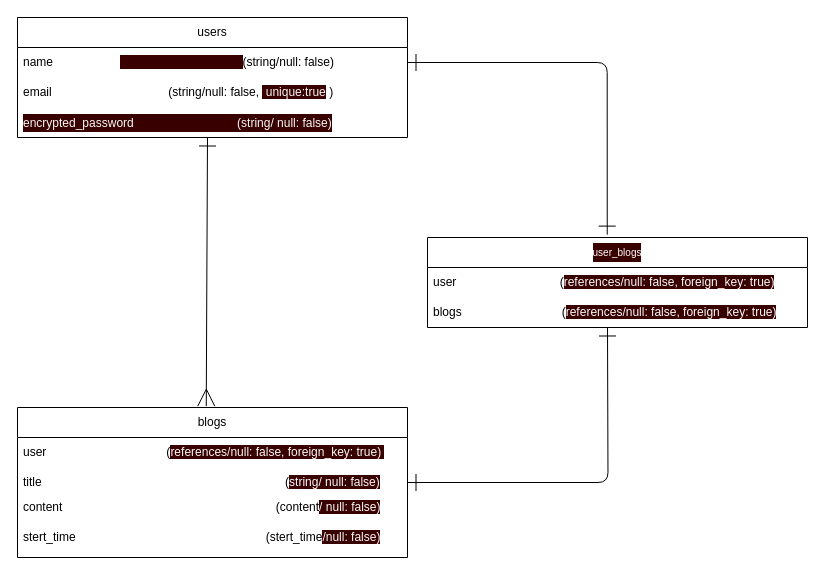
Before: page "ページ1" (1 of 2) of app/controllers/todo.dio in bennzou/todo, a draw.io diagram. Source tidied: cells renumbered, new cells numbered last; positions are measured from the earlier drawing's top-left corner, leaving out a move shared by most shapes. Both pictures are drawn from the tidied source at 100%, with x=0, y=0 at pixel (17, 17).
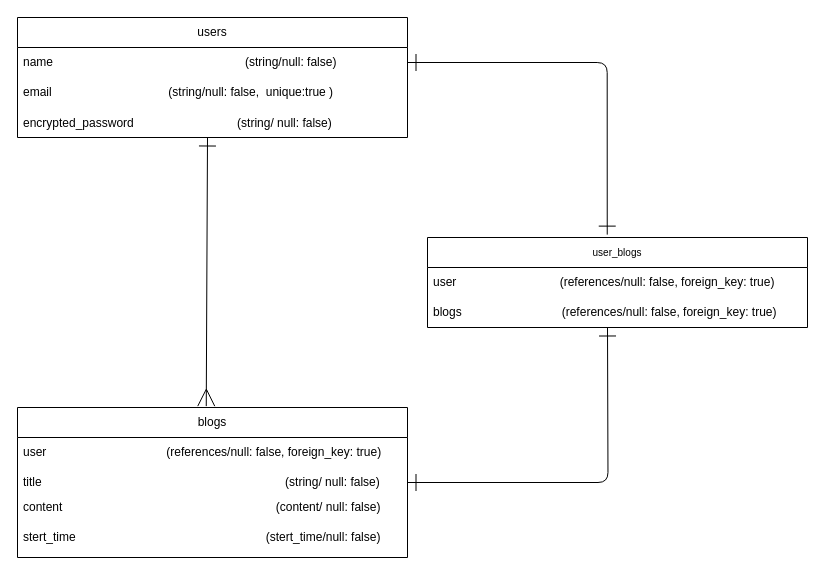
The same page after the edit.

Commit message (it also covers changes not shown here):
ER図　際修正

What changed in the source:
```diff
@@
-<mxGraphModel>
+<mxGraphModel background="#ffffff">
   <root>
     <mxCell id="0" />
     <mxCell id="1" parent="0" />
-    <mxCell id="2" value="&lt;div style=&quot;background-color: rgb(57, 0, 0); line-height: 18px;&quot;&gt;&lt;font style=&quot;font-size: 10px;&quot; color=&quot;#ffffff&quot;&gt;user_blogs&lt;/font&gt;&lt;/div&gt;" style="swimlane;fontStyle=0;horizontal=1;startSize=30;whiteSpace=wrap;html=1;" parent="1" vertex="1">
+    <mxCell id="2" value="&lt;div style=&quot;line-height: 18px;&quot;&gt;&lt;font style=&quot;font-size: 10px;&quot;&gt;user_blogs&lt;/font&gt;&lt;/div&gt;" style="swimlane;fontStyle=0;horizontal=1;startSize=30;whiteSpace=wrap;html=1;labelBackgroundColor=none;fontColor=#000000;" parent="1" vertex="1">
       <mxGeometry x="410" y="220" width="380" height="90" as="geometry" />
     </mxCell>
-    <mxCell id="3" value="user&amp;nbsp; &amp;nbsp; &amp;nbsp; &amp;nbsp; &amp;nbsp; &amp;nbsp; &amp;nbsp; &amp;nbsp; &amp;nbsp; &amp;nbsp; &amp;nbsp; &amp;nbsp; &amp;nbsp; &amp;nbsp; &amp;nbsp; &amp;nbsp;(&lt;span style=&quot;background-color: rgb(57, 0, 0); color: rgb(248, 248, 248);&quot;&gt;references/null: false, foreign_key: true)&lt;/span&gt;" style="text;strokeColor=none;fillColor=none;align=left;verticalAlign=middle;spacingLeft=4;spacingRight=4;overflow=hidden;whiteSpace=wrap;html=1;" parent="2" vertex="1">
+    <mxCell id="3" value="user&amp;nbsp; &amp;nbsp; &amp;nbsp; &amp;nbsp; &amp;nbsp; &amp;nbsp; &amp;nbsp; &amp;nbsp; &amp;nbsp; &amp;nbsp; &amp;nbsp; &amp;nbsp; &amp;nbsp; &amp;nbsp; &amp;nbsp; &amp;nbsp;(references/null: false, foreign_key: true)" style="text;strokeColor=none;fillColor=none;align=left;verticalAlign=middle;spacingLeft=4;spacingRight=4;overflow=hidden;whiteSpace=wrap;html=1;labelBackgroundColor=none;fontColor=#000000;" parent="2" vertex="1">
       <mxGeometry y="30" width="380" height="30" as="geometry" />
     </mxCell>
-    <mxCell id="4" value="blogs&amp;nbsp; &amp;nbsp; &amp;nbsp; &amp;nbsp; &amp;nbsp; &amp;nbsp; &amp;nbsp; &amp;nbsp; &amp;nbsp; &amp;nbsp; &amp;nbsp; &amp;nbsp; &amp;nbsp; &amp;nbsp; &amp;nbsp; (&lt;span style=&quot;background-color: rgb(57, 0, 0); color: rgb(248, 248, 248);&quot;&gt;references/null: false, foreign_key: true)&lt;/span&gt;" style="text;strokeColor=none;fillColor=none;align=left;verticalAlign=middle;spacingLeft=4;spacingRight=4;overflow=hidden;whiteSpace=wrap;html=1;" parent="2" vertex="1">
+    <mxCell id="4" value="blogs&amp;nbsp; &amp;nbsp; &amp;nbsp; &amp;nbsp; &amp;nbsp; &amp;nbsp; &amp;nbsp; &amp;nbsp; &amp;nbsp; &amp;nbsp; &amp;nbsp; &amp;nbsp; &amp;nbsp; &amp;nbsp; &amp;nbsp; (references/null: false, foreign_key: true)" style="text;strokeColor=none;fillColor=none;align=left;verticalAlign=middle;spacingLeft=4;spacingRight=4;overflow=hidden;whiteSpace=wrap;html=1;labelBackgroundColor=none;fontColor=#000000;" parent="2" vertex="1">
       <mxGeometry y="60" width="380" height="30" as="geometry" />
     </mxCell>
-    <mxCell id="5" value="blogs" style="swimlane;fontStyle=0;horizontal=1;startSize=30;whiteSpace=wrap;html=1;" parent="1" vertex="1">
+    <mxCell id="5" value="blogs" style="swimlane;fontStyle=0;horizontal=1;startSize=30;whiteSpace=wrap;html=1;fontColor=#000000;labelBackgroundColor=none;" parent="1" vertex="1">
       <mxGeometry y="390" width="390" height="150" as="geometry" />
     </mxCell>
-    <mxCell id="6" value="user&amp;nbsp; &amp;nbsp; &amp;nbsp; &amp;nbsp; &amp;nbsp; &amp;nbsp; &amp;nbsp; &amp;nbsp; &amp;nbsp; &amp;nbsp; &amp;nbsp; &amp;nbsp; &amp;nbsp; &amp;nbsp; &amp;nbsp; &amp;nbsp; &amp;nbsp; &amp;nbsp; (&lt;span style=&quot;background-color: rgb(57, 0, 0); color: rgb(248, 248, 248);&quot;&gt;references/null: false, foreign_key: true)&amp;nbsp;&lt;/span&gt;&lt;span style=&quot;background-color: initial;&quot;&gt;&amp;nbsp;&lt;/span&gt;" style="text;strokeColor=none;fillColor=none;align=left;verticalAlign=middle;spacingLeft=4;spacingRight=4;overflow=hidden;whiteSpace=wrap;html=1;" parent="5" vertex="1">
+    <mxCell id="6" value="user&amp;nbsp; &amp;nbsp; &amp;nbsp; &amp;nbsp; &amp;nbsp; &amp;nbsp; &amp;nbsp; &amp;nbsp; &amp;nbsp; &amp;nbsp; &amp;nbsp; &amp;nbsp; &amp;nbsp; &amp;nbsp; &amp;nbsp; &amp;nbsp; &amp;nbsp; &amp;nbsp; (references/null: false, foreign_key: true)&amp;nbsp;&amp;nbsp;" style="text;strokeColor=none;fillColor=none;align=left;verticalAlign=middle;spacingLeft=4;spacingRight=4;overflow=hidden;whiteSpace=wrap;html=1;fontColor=#000000;labelBackgroundColor=none;" parent="5" vertex="1">
       <mxGeometry y="30" width="390" height="30" as="geometry" />
     </mxCell>
-    <mxCell id="7" value="title&amp;nbsp; &amp;nbsp; &amp;nbsp; &amp;nbsp; &amp;nbsp; &amp;nbsp; &amp;nbsp; &amp;nbsp; &amp;nbsp; &amp;nbsp; &amp;nbsp; &amp;nbsp; &amp;nbsp; &amp;nbsp; &amp;nbsp; &amp;nbsp; &amp;nbsp; &amp;nbsp; &amp;nbsp; &amp;nbsp; &amp;nbsp; &amp;nbsp; &amp;nbsp; &amp;nbsp; &amp;nbsp; &amp;nbsp; &amp;nbsp; &amp;nbsp; &amp;nbsp; &amp;nbsp; &amp;nbsp; &amp;nbsp; &amp;nbsp; &amp;nbsp; &amp;nbsp; &amp;nbsp; &amp;nbsp;(&lt;span style=&quot;background-color: rgb(57, 0, 0); color: rgb(248, 248, 248);&quot;&gt;string/ null: false)&lt;/span&gt;" style="text;strokeColor=none;fillColor=none;align=left;verticalAlign=middle;spacingLeft=4;spacingRight=4;overflow=hidden;points=[[0,0.5],[1,0.5]];portConstraint=eastwest;whiteSpace=wrap;html=1;" parent="5" vertex="1">
+    <mxCell id="7" value="title&amp;nbsp; &amp;nbsp; &amp;nbsp; &amp;nbsp; &amp;nbsp; &amp;nbsp; &amp;nbsp; &amp;nbsp; &amp;nbsp; &amp;nbsp; &amp;nbsp; &amp;nbsp; &amp;nbsp; &amp;nbsp; &amp;nbsp; &amp;nbsp; &amp;nbsp; &amp;nbsp; &amp;nbsp; &amp;nbsp; &amp;nbsp; &amp;nbsp; &amp;nbsp; &amp;nbsp; &amp;nbsp; &amp;nbsp; &amp;nbsp; &amp;nbsp; &amp;nbsp; &amp;nbsp; &amp;nbsp; &amp;nbsp; &amp;nbsp; &amp;nbsp; &amp;nbsp; &amp;nbsp; &amp;nbsp;(string/ null: false)" style="text;strokeColor=none;fillColor=none;align=left;verticalAlign=middle;spacingLeft=4;spacingRight=4;overflow=hidden;points=[[0,0.5],[1,0.5]];portConstraint=eastwest;whiteSpace=wrap;html=1;fontColor=#000000;labelBackgroundColor=none;" parent="5" vertex="1">
       <mxGeometry y="60" width="390" height="30" as="geometry" />
     </mxCell>
-    <mxCell id="8" value="content&amp;nbsp; &amp;nbsp; &amp;nbsp; &amp;nbsp; &amp;nbsp; &amp;nbsp; &amp;nbsp; &amp;nbsp; &amp;nbsp; &amp;nbsp; &amp;nbsp; &amp;nbsp; &amp;nbsp; &amp;nbsp; &amp;nbsp; &amp;nbsp; &amp;nbsp; &amp;nbsp; &amp;nbsp; &amp;nbsp; &amp;nbsp; &amp;nbsp; &amp;nbsp; &amp;nbsp; &amp;nbsp; &amp;nbsp; &amp;nbsp; &amp;nbsp; &amp;nbsp; &amp;nbsp; &amp;nbsp; &amp;nbsp; (content&lt;span style=&quot;background-color: rgb(57, 0, 0); color: rgb(248, 248, 248);&quot;&gt;/ null: false)&lt;/span&gt;&lt;br&gt;&amp;nbsp;&amp;nbsp;" style="text;strokeColor=none;fillColor=none;align=left;verticalAlign=middle;spacingLeft=4;spacingRight=4;overflow=hidden;whiteSpace=wrap;html=1;" parent="5" vertex="1">
+    <mxCell id="8" value="content&amp;nbsp; &amp;nbsp; &amp;nbsp; &amp;nbsp; &amp;nbsp; &amp;nbsp; &amp;nbsp; &amp;nbsp; &amp;nbsp; &amp;nbsp; &amp;nbsp; &amp;nbsp; &amp;nbsp; &amp;nbsp; &amp;nbsp; &amp;nbsp; &amp;nbsp; &amp;nbsp; &amp;nbsp; &amp;nbsp; &amp;nbsp; &amp;nbsp; &amp;nbsp; &amp;nbsp; &amp;nbsp; &amp;nbsp; &amp;nbsp; &amp;nbsp; &amp;nbsp; &amp;nbsp; &amp;nbsp; &amp;nbsp; (content/ null: false)&lt;br&gt;&amp;nbsp;&amp;nbsp;" style="text;strokeColor=none;fillColor=none;align=left;verticalAlign=middle;spacingLeft=4;spacingRight=4;overflow=hidden;whiteSpace=wrap;html=1;fontColor=#000000;labelBackgroundColor=none;" parent="5" vertex="1">
       <mxGeometry y="90" width="390" height="30" as="geometry" />
     </mxCell>
-    <mxCell id="9" value="stert_time&amp;nbsp; &amp;nbsp; &amp;nbsp; &amp;nbsp; &amp;nbsp; &amp;nbsp; &amp;nbsp; &amp;nbsp; &amp;nbsp; &amp;nbsp; &amp;nbsp; &amp;nbsp; &amp;nbsp; &amp;nbsp; &amp;nbsp; &amp;nbsp; &amp;nbsp; &amp;nbsp; &amp;nbsp; &amp;nbsp; &amp;nbsp; &amp;nbsp; &amp;nbsp; &amp;nbsp; &amp;nbsp; &amp;nbsp; &amp;nbsp; &amp;nbsp; &amp;nbsp;(stert_time&lt;span style=&quot;background-color: rgb(57, 0, 0); color: rgb(248, 248, 248);&quot;&gt;/null: false)&lt;/span&gt;&lt;br&gt;&amp;nbsp;" style="text;strokeColor=none;fillColor=none;align=left;verticalAlign=middle;spacingLeft=4;spacingRight=4;overflow=hidden;whiteSpace=wrap;html=1;" parent="5" vertex="1">
+    <mxCell id="9" value="stert_time&amp;nbsp; &amp;nbsp; &amp;nbsp; &amp;nbsp; &amp;nbsp; &amp;nbsp; &amp;nbsp; &amp;nbsp; &amp;nbsp; &amp;nbsp; &amp;nbsp; &amp;nbsp; &amp;nbsp; &amp;nbsp; &amp;nbsp; &amp;nbsp; &amp;nbsp; &amp;nbsp; &amp;nbsp; &amp;nbsp; &amp;nbsp; &amp;nbsp; &amp;nbsp; &amp;nbsp; &amp;nbsp; &amp;nbsp; &amp;nbsp; &amp;nbsp; &amp;nbsp;(stert_time/null: false)&lt;br&gt;&amp;nbsp;" style="text;strokeColor=none;fillColor=none;align=left;verticalAlign=middle;spacingLeft=4;spacingRight=4;overflow=hidden;whiteSpace=wrap;html=1;fontColor=#000000;labelBackgroundColor=none;" parent="5" vertex="1">
       <mxGeometry y="120" width="390" height="30" as="geometry" />
     </mxCell>
-    <mxCell id="10" value="users" style="swimlane;fontStyle=0;horizontal=1;startSize=30;whiteSpace=wrap;html=1;strokeColor=default;" parent="1" vertex="1">
+    <mxCell id="10" value="users" style="swimlane;fontStyle=0;horizontal=1;startSize=30;whiteSpace=wrap;html=1;strokeColor=default;fontColor=#000000;labelBackgroundColor=none;" parent="1" vertex="1">
       <mxGeometry width="390" height="120" as="geometry" />
     </mxCell>
-    <mxCell id="11" value="name&amp;nbsp; &amp;nbsp; &amp;nbsp; &amp;nbsp; &amp;nbsp; &amp;nbsp; &amp;nbsp; &amp;nbsp; &amp;nbsp; &amp;nbsp;&amp;nbsp;&lt;span style=&quot;background-color: rgb(57, 0, 0); color: rgb(248, 248, 248); font-family: Menlo, Monaco, &amp;quot;Courier New&amp;quot;, monospace;&quot;&gt;&amp;nbsp; &amp;nbsp; &amp;nbsp; &amp;nbsp; &amp;nbsp; &amp;nbsp; &amp;nbsp; &amp;nbsp; &amp;nbsp;&lt;/span&gt;(string/null: false)" style="text;strokeColor=none;fillColor=none;align=left;verticalAlign=middle;spacingLeft=4;spacingRight=4;overflow=hidden;points=[[0,0.5],[1,0.5]];portConstraint=eastwest;whiteSpace=wrap;html=1;" parent="10" vertex="1">
+    <mxCell id="11" value="name&amp;nbsp; &amp;nbsp; &amp;nbsp; &amp;nbsp; &amp;nbsp; &amp;nbsp; &amp;nbsp; &amp;nbsp; &amp;nbsp; 　　　　　　　　　　　(string/null: false)" style="text;strokeColor=none;fillColor=none;align=left;verticalAlign=middle;spacingLeft=4;spacingRight=4;overflow=hidden;points=[[0,0.5],[1,0.5]];portConstraint=eastwest;whiteSpace=wrap;html=1;fontColor=#000000;labelBackgroundColor=none;" parent="10" vertex="1">
       <mxGeometry y="30" width="390" height="30" as="geometry" />
     </mxCell>
-    <mxCell id="12" value="email&amp;nbsp; &amp;nbsp; &amp;nbsp; &amp;nbsp; &amp;nbsp; &amp;nbsp; &amp;nbsp; &amp;nbsp; &amp;nbsp; &amp;nbsp; &amp;nbsp; &amp;nbsp; &amp;nbsp; &amp;nbsp; &amp;nbsp; &amp;nbsp; &amp;nbsp; &amp;nbsp;(string/null: false,&amp;nbsp;&lt;span style=&quot;background-color: rgb(57, 0, 0); color: rgb(248, 248, 248);&quot;&gt;&amp;nbsp;unique:true&lt;/span&gt;&lt;span style=&quot;background-color: initial;&quot;&gt;&amp;nbsp;)&lt;/span&gt;" style="text;strokeColor=none;fillColor=none;align=left;verticalAlign=middle;spacingLeft=4;spacingRight=4;overflow=hidden;whiteSpace=wrap;html=1;" parent="10" vertex="1">
+    <mxCell id="12" value="email&amp;nbsp; &amp;nbsp; &amp;nbsp; &amp;nbsp; &amp;nbsp; &amp;nbsp; &amp;nbsp; &amp;nbsp; &amp;nbsp; &amp;nbsp; &amp;nbsp; &amp;nbsp; &amp;nbsp; &amp;nbsp; &amp;nbsp; &amp;nbsp; &amp;nbsp; &amp;nbsp;(string/null: false,&amp;nbsp;&amp;nbsp;unique:true&amp;nbsp;)" style="text;strokeColor=none;fillColor=none;align=left;verticalAlign=middle;spacingLeft=4;spacingRight=4;overflow=hidden;whiteSpace=wrap;html=1;fontColor=#000000;labelBackgroundColor=none;" parent="10" vertex="1">
       <mxGeometry y="60" width="390" height="30" as="geometry" />
     </mxCell>
-    <mxCell id="13" value="&lt;div style=&quot;color: rgb(248, 248, 248); background-color: rgb(57, 0, 0); line-height: 18px;&quot;&gt; encrypted_password&amp;nbsp; &amp;nbsp; &amp;nbsp; &amp;nbsp; &amp;nbsp; &amp;nbsp; &amp;nbsp; &amp;nbsp; &amp;nbsp; &amp;nbsp; &amp;nbsp; &amp;nbsp; &amp;nbsp; &amp;nbsp; &amp;nbsp; &amp;nbsp;(string/ null: false)&lt;/div&gt;" style="text;strokeColor=none;fillColor=none;align=left;verticalAlign=middle;spacingLeft=4;spacingRight=4;overflow=hidden;whiteSpace=wrap;html=1;" parent="10" vertex="1">
+    <mxCell id="13" value="&lt;div style=&quot;line-height: 18px;&quot;&gt; encrypted_password&amp;nbsp; &amp;nbsp; &amp;nbsp; &amp;nbsp; &amp;nbsp; &amp;nbsp; &amp;nbsp; &amp;nbsp; &amp;nbsp; &amp;nbsp; &amp;nbsp; &amp;nbsp; &amp;nbsp; &amp;nbsp; &amp;nbsp; &amp;nbsp;(string/ null: false)&lt;/div&gt;" style="text;strokeColor=none;fillColor=none;align=left;verticalAlign=middle;spacingLeft=4;spacingRight=4;overflow=hidden;whiteSpace=wrap;html=1;fontColor=#000000;labelBackgroundColor=none;" parent="10" vertex="1">
       <mxGeometry y="90" width="390" height="30" as="geometry" />
     </mxCell>
-    <mxCell id="14" style="edgeStyle=orthogonalEdgeStyle;html=1;exitX=1;exitY=0.5;exitDx=0;exitDy=0;startArrow=ERone;startFill=0;endArrow=ERone;endFill=0;endSize=15;startSize=15;entryX=0.473;entryY=-0.032;entryDx=0;entryDy=0;entryPerimeter=0;" parent="1" edge="1" source="11" target="2">
+    <mxCell id="14" style="edgeStyle=orthogonalEdgeStyle;html=1;exitX=1;exitY=0.5;exitDx=0;exitDy=0;startArrow=ERone;startFill=0;endArrow=ERone;endFill=0;endSize=15;startSize=15;entryX=0.473;entryY=-0.032;entryDx=0;entryDy=0;entryPerimeter=0;fontColor=#000000;labelBackgroundColor=none;" parent="1" edge="1" source="11" target="2">
       <mxGeometry relative="1" as="geometry" />
     </mxCell>
-    <mxCell id="15" style="edgeStyle=orthogonalEdgeStyle;html=1;exitX=1;exitY=0.5;exitDx=0;exitDy=0;startArrow=ERone;startFill=0;endArrow=ERone;endFill=0;endSize=15;startSize=15;" parent="1" edge="1" source="7">
+    <mxCell id="15" style="edgeStyle=orthogonalEdgeStyle;html=1;exitX=1;exitY=0.5;exitDx=0;exitDy=0;startArrow=ERone;startFill=0;endArrow=ERone;endFill=0;endSize=15;startSize=15;fontColor=#000000;labelBackgroundColor=none;" parent="1" edge="1" source="7">
       <mxGeometry relative="1" as="geometry">
         <mxPoint x="590" y="310" as="targetPoint" />
       </mxGeometry>
     </mxCell>
-    <mxCell id="16" style="endArrow=ERone;html=1;startArrow=ERmany;startFill=0;endFill=0;sourcePerimeterSpacing=0;startSize=15;endSize=15;exitX=0.484;exitY=-0.009;exitDx=0;exitDy=0;exitPerimeter=0;" parent="1" edge="1" source="5">
+    <mxCell id="16" style="endArrow=ERone;html=1;startArrow=ERmany;startFill=0;endFill=0;sourcePerimeterSpacing=0;startSize=15;endSize=15;exitX=0.484;exitY=-0.009;exitDx=0;exitDy=0;exitPerimeter=0;fontColor=#000000;labelBackgroundColor=none;" parent="1" edge="1" source="5">
       <mxGeometry relative="1" as="geometry">
         <mxPoint x="190" y="120" as="targetPoint" />
       </mxGeometry>
     </mxCell>
   </root>
 </mxGraphModel>
```
